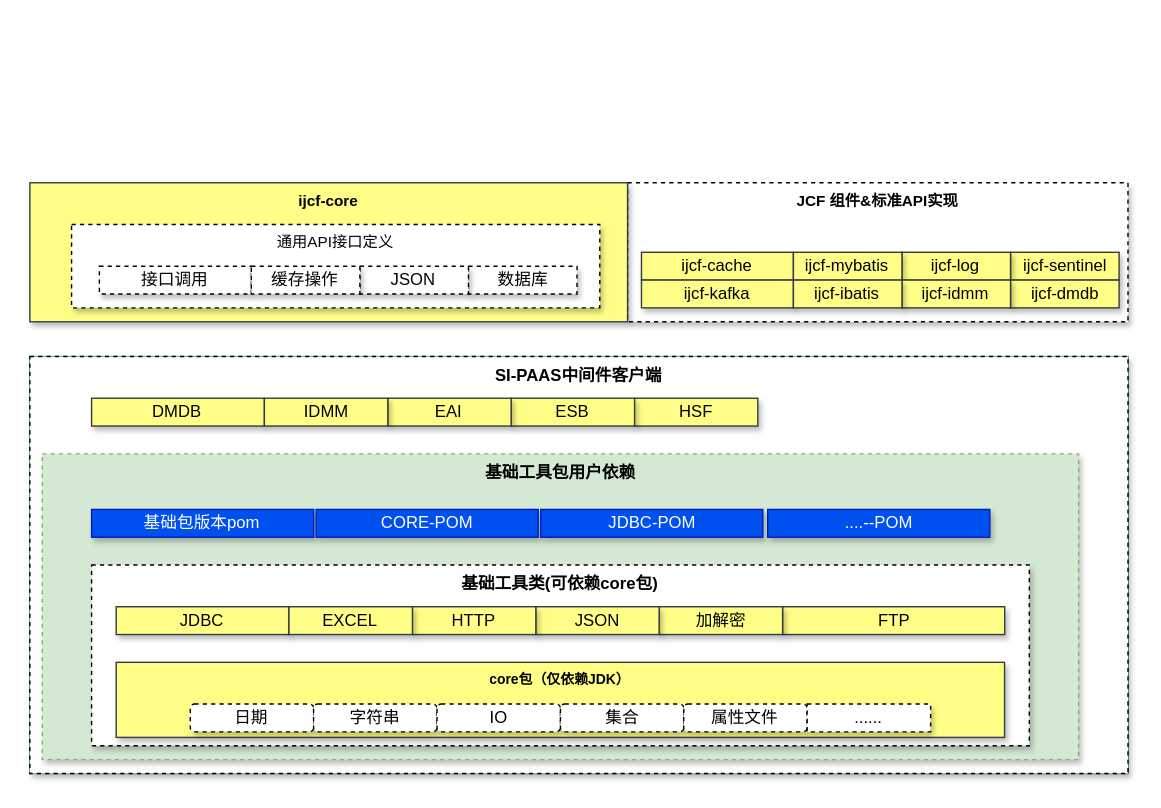
Above: page "组件及开发框架演进" (12 of 12) of 微服务.drawio in qymmdj/draw-io (draw.io), before the change. Source tidied: cells renumbered, new cells numbered last; positions are measured from the earlier drawing's top-left corner, leaving out a move shared by most shapes. Both pictures are drawn from the tidied source at 139%, with x=0, y=0 at pixel (29, 182).
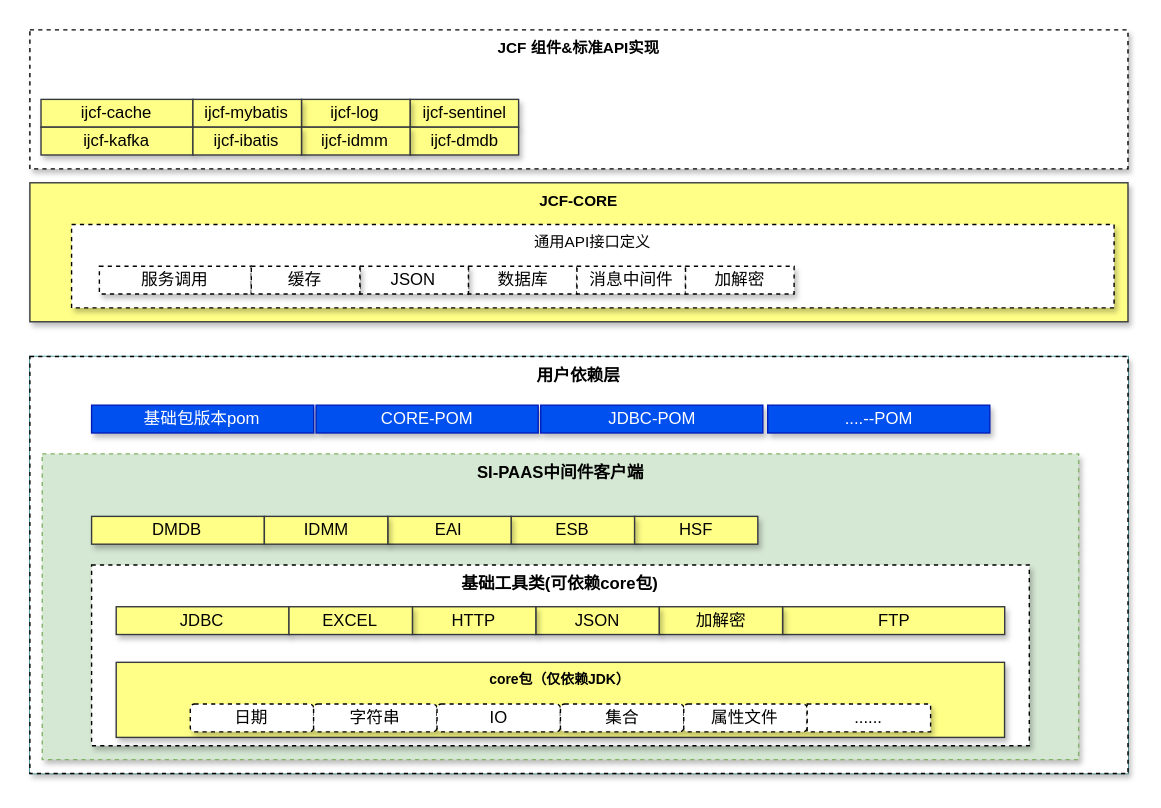
The same page after the edit.

Commit message:
更新微服务.drawio

The change refers to these unchanged cells:
```xml
<mxCell id="5" style="group;fillColor=#b0e3e6;strokeColor=#0e8088;" parent="1" vertex="1">
  <mxGeometry y="125" width="790" height="300" as="geometry" />
</mxCell>
```

The edit, as a diff of the source:
```diff
@@
     <mxCell id="2" value="JCF 组件&amp;amp;标准API实现" style="rounded=0;whiteSpace=wrap;html=1;shadow=1;glass=0;sketch=0;fontSize=11;verticalAlign=top;fontStyle=1;dashed=1;" parent="1" vertex="1">
-      <mxGeometry x="430" width="360" height="100" as="geometry" />
+      <mxGeometry y="-110" width="790" height="100" as="geometry" />
     </mxCell>
-    <mxCell id="3" value="ijcf-core" style="rounded=0;whiteSpace=wrap;html=1;shadow=1;glass=0;sketch=0;fontSize=11;verticalAlign=top;fontStyle=1;fillColor=#ffff88;strokeColor=#36393d;" parent="1" vertex="1">
-      <mxGeometry width="430" height="100" as="geometry" />
+    <mxCell id="3" value="JCF-CORE" style="rounded=0;whiteSpace=wrap;html=1;shadow=1;glass=0;sketch=0;fontSize=11;verticalAlign=top;fontStyle=1;fillColor=#ffff88;strokeColor=#36393d;" parent="1" vertex="1">
+      <mxGeometry width="790" height="100" as="geometry" />
     </mxCell>
     <mxCell id="4" value="通用API接口定义" style="rounded=0;whiteSpace=wrap;html=1;shadow=1;glass=0;sketch=0;fontSize=11;verticalAlign=top;dashed=1;" parent="1" vertex="1">
-      <mxGeometry x="30" y="30" width="380" height="60" as="geometry" />
+      <mxGeometry x="30" y="30" width="750" height="60" as="geometry" />
     </mxCell>
@@
-    <mxCell id="6" value="SI-PAAS中间件客户端" style="rounded=0;whiteSpace=wrap;html=1;shadow=1;glass=0;sketch=0;dashed=1;verticalAlign=top;fontStyle=1;fontSize=12;" parent="5" vertex="1">
+    <mxCell id="6" value="用户依赖层" style="rounded=0;whiteSpace=wrap;html=1;shadow=1;glass=0;sketch=0;dashed=1;verticalAlign=top;fontStyle=1;fontSize=12;" parent="5" vertex="1">
       <mxGeometry width="790" height="300" as="geometry" />
     </mxCell>
-    <mxCell id="7" value="基础工具包用户依赖" style="rounded=0;whiteSpace=wrap;html=1;shadow=1;glass=0;sketch=0;dashed=1;verticalAlign=top;fontStyle=1;fontSize=12;fillColor=#d5e8d4;strokeColor=#82b366;" parent="5" vertex="1">
+    <mxCell id="7" value="SI-PAAS中间件客户端" style="rounded=0;whiteSpace=wrap;html=1;shadow=1;glass=0;sketch=0;dashed=1;verticalAlign=top;fontStyle=1;fontSize=12;fillColor=#d5e8d4;strokeColor=#82b366;" parent="5" vertex="1">
       <mxGeometry x="8.9" y="70" width="745.6" height="220" as="geometry" />
     </mxCell>
@@
-    <mxCell id="15" value="基础包版本pom" style="rounded=0;whiteSpace=wrap;html=1;shadow=1;fillColor=#0050ef;fontColor=#ffffff;strokeColor=#001DBC;" parent="5" vertex="1">
-      <mxGeometry x="44.4" y="110" width="159.8" height="20" as="geometry" />
-    </mxCell>
-    <mxCell id="16" value="CORE-POM" style="rounded=0;whiteSpace=wrap;html=1;shadow=1;fillColor=#0050ef;strokeColor=#001DBC;fontColor=#ffffff;" parent="5" vertex="1">
-      <mxGeometry x="205.9" y="110" width="159.8" height="20" as="geometry" />
-    </mxCell>
-    <mxCell id="17" value="JDBC-POM" style="rounded=0;whiteSpace=wrap;html=1;shadow=1;fillColor=#0050ef;strokeColor=#001DBC;fontColor=#ffffff;" parent="5" vertex="1">
-      <mxGeometry x="367.5" y="110" width="159.8" height="20" as="geometry" />
-    </mxCell>
-    <mxCell id="18" value="....--POM" style="rounded=0;whiteSpace=wrap;html=1;shadow=1;fillColor=#0050ef;strokeColor=#001DBC;fontColor=#ffffff;" parent="5" vertex="1">
-      <mxGeometry x="530.8" y="110" width="159.8" height="20" as="geometry" />
-    </mxCell>
     <mxCell id="19" value="HSF" style="rounded=0;whiteSpace=wrap;html=1;shadow=1;fillColor=#ffff88;strokeColor=#36393d;" parent="5" vertex="1">
-      <mxGeometry x="434.9" y="30" width="88.8" height="20" as="geometry" />
+      <mxGeometry x="434.9" y="115" width="88.8" height="20" as="geometry" />
     </mxCell>
     <mxCell id="20" value="ESB" style="rounded=0;whiteSpace=wrap;html=1;shadow=1;fillColor=#ffff88;strokeColor=#36393d;" parent="5" vertex="1">
-      <mxGeometry x="346.2" y="30" width="88.8" height="20" as="geometry" />
+      <mxGeometry x="346.2" y="115" width="88.8" height="20" as="geometry" />
     </mxCell>
     <mxCell id="21" value="EAI" style="rounded=0;whiteSpace=wrap;html=1;shadow=1;fillColor=#ffff88;strokeColor=#36393d;" parent="5" vertex="1">
-      <mxGeometry x="257.4" y="30" width="88.8" height="20" as="geometry" />
+      <mxGeometry x="257.4" y="115" width="88.8" height="20" as="geometry" />
     </mxCell>
     <mxCell id="22" value="DMDB" style="rounded=0;whiteSpace=wrap;html=1;shadow=1;fillColor=#ffff88;strokeColor=#36393d;" parent="5" vertex="1">
-      <mxGeometry x="44.4" y="30" width="124.3" height="20" as="geometry" />
+      <mxGeometry x="44.4" y="115" width="124.3" height="20" as="geometry" />
     </mxCell>
     <mxCell id="23" value="IDMM" style="rounded=0;whiteSpace=wrap;html=1;shadow=1;fillColor=#ffff88;strokeColor=#36393d;" parent="5" vertex="1">
-      <mxGeometry x="168.7" y="30" width="88.8" height="20" as="geometry" />
+      <mxGeometry x="168.7" y="115" width="88.8" height="20" as="geometry" />
     </mxCell>
@@
+    <mxCell id="15" value="基础包版本pom" style="rounded=0;whiteSpace=wrap;html=1;shadow=1;fillColor=#0050ef;fontColor=#ffffff;strokeColor=#001DBC;" parent="5" vertex="1">
+      <mxGeometry x="44.4" y="35" width="159.8" height="20" as="geometry" />
+    </mxCell>
+    <mxCell id="16" value="CORE-POM" style="rounded=0;whiteSpace=wrap;html=1;shadow=1;fillColor=#0050ef;strokeColor=#001DBC;fontColor=#ffffff;" parent="5" vertex="1">
+      <mxGeometry x="205.9" y="35" width="159.8" height="20" as="geometry" />
+    </mxCell>
+    <mxCell id="17" value="JDBC-POM" style="rounded=0;whiteSpace=wrap;html=1;shadow=1;fillColor=#0050ef;strokeColor=#001DBC;fontColor=#ffffff;" parent="5" vertex="1">
+      <mxGeometry x="367.5" y="35" width="159.8" height="20" as="geometry" />
+    </mxCell>
+    <mxCell id="18" value="....--POM" style="rounded=0;whiteSpace=wrap;html=1;shadow=1;fillColor=#0050ef;strokeColor=#001DBC;fontColor=#ffffff;" parent="5" vertex="1">
+      <mxGeometry x="530.8" y="35" width="159.8" height="20" as="geometry" />
+    </mxCell>
@@
-    <mxCell id="34" value="接口调用" style="rounded=0;whiteSpace=wrap;html=1;shadow=1;dashed=1;" parent="1" vertex="1">
+    <mxCell id="34" value="服务调用" style="rounded=0;whiteSpace=wrap;html=1;shadow=1;dashed=1;" parent="1" vertex="1">
       <mxGeometry x="50" y="60" width="109.3" height="20" as="geometry" />
     </mxCell>
-    <mxCell id="35" value="缓存操作" style="rounded=0;whiteSpace=wrap;html=1;shadow=1;dashed=1;" parent="1" vertex="1">
+    <mxCell id="35" value="缓存" style="rounded=0;whiteSpace=wrap;html=1;shadow=1;dashed=1;" parent="1" vertex="1">
       <mxGeometry x="159.3" y="60" width="78.1" height="20" as="geometry" />
     </mxCell>
     <mxCell id="36" value="ijcf-sentinel" style="rounded=0;whiteSpace=wrap;html=1;shadow=1;fillColor=#ffff88;strokeColor=#36393d;" parent="1" vertex="1">
-      <mxGeometry x="705.5" y="50" width="78.1" height="20" as="geometry" />
+      <mxGeometry x="273.5" y="-60" width="78.1" height="20" as="geometry" />
     </mxCell>
     <mxCell id="37" value="ijcf-log" style="rounded=0;whiteSpace=wrap;html=1;shadow=1;fillColor=#ffff88;strokeColor=#36393d;" parent="1" vertex="1">
-      <mxGeometry x="627.4" y="50" width="78.1" height="20" as="geometry" />
+      <mxGeometry x="195.4" y="-60" width="78.1" height="20" as="geometry" />
     </mxCell>
     <mxCell id="38" value="ijcf-cache" style="rounded=0;whiteSpace=wrap;html=1;shadow=1;fillColor=#ffff88;strokeColor=#36393d;" parent="1" vertex="1">
-      <mxGeometry x="440" y="50" width="109.3" height="20" as="geometry" />
+      <mxGeometry x="8" y="-60" width="109.3" height="20" as="geometry" />
     </mxCell>
     <mxCell id="39" value="ijcf-mybatis" style="rounded=0;whiteSpace=wrap;html=1;shadow=1;fillColor=#ffff88;strokeColor=#36393d;" parent="1" vertex="1">
-      <mxGeometry x="549.3" y="50" width="78.1" height="20" as="geometry" />
+      <mxGeometry x="117.3" y="-60" width="78.1" height="20" as="geometry" />
     </mxCell>
     <mxCell id="40" value="ijcf-dmdb" style="rounded=0;whiteSpace=wrap;html=1;shadow=1;fillColor=#ffff88;strokeColor=#36393d;" parent="1" vertex="1">
-      <mxGeometry x="705.5" y="70" width="78.1" height="20" as="geometry" />
+      <mxGeometry x="273.5" y="-40" width="78.1" height="20" as="geometry" />
     </mxCell>
     <mxCell id="41" value="ijcf-idmm" style="rounded=0;whiteSpace=wrap;html=1;shadow=1;fillColor=#ffff88;strokeColor=#36393d;" parent="1" vertex="1">
-      <mxGeometry x="627.4" y="70" width="78.1" height="20" as="geometry" />
+      <mxGeometry x="195.4" y="-40" width="78.1" height="20" as="geometry" />
     </mxCell>
     <mxCell id="42" value="ijcf-kafka" style="rounded=0;whiteSpace=wrap;html=1;shadow=1;fillColor=#ffff88;strokeColor=#36393d;" parent="1" vertex="1">
-      <mxGeometry x="440" y="70" width="109.3" height="20" as="geometry" />
+      <mxGeometry x="8" y="-40" width="109.3" height="20" as="geometry" />
     </mxCell>
     <mxCell id="43" value="ijcf-ibatis" style="rounded=0;whiteSpace=wrap;html=1;shadow=1;fillColor=#ffff88;strokeColor=#36393d;" parent="1" vertex="1">
-      <mxGeometry x="549.3" y="70" width="78.1" height="20" as="geometry" />
+      <mxGeometry x="117.3" y="-40" width="78.1" height="20" as="geometry" />
     </mxCell>
+    <mxCell id="44" value="消息中间件" style="rounded=0;whiteSpace=wrap;html=1;shadow=1;dashed=1;" parent="1" vertex="1">
+      <mxGeometry x="393.6" y="60" width="78.1" height="20" as="geometry" />
+    </mxCell>
+    <mxCell id="45" value="加解密" style="rounded=0;whiteSpace=wrap;html=1;shadow=1;dashed=1;" parent="1" vertex="1">
+      <mxGeometry x="471.7" y="60" width="78.1" height="20" as="geometry" />
+    </mxCell>
```
